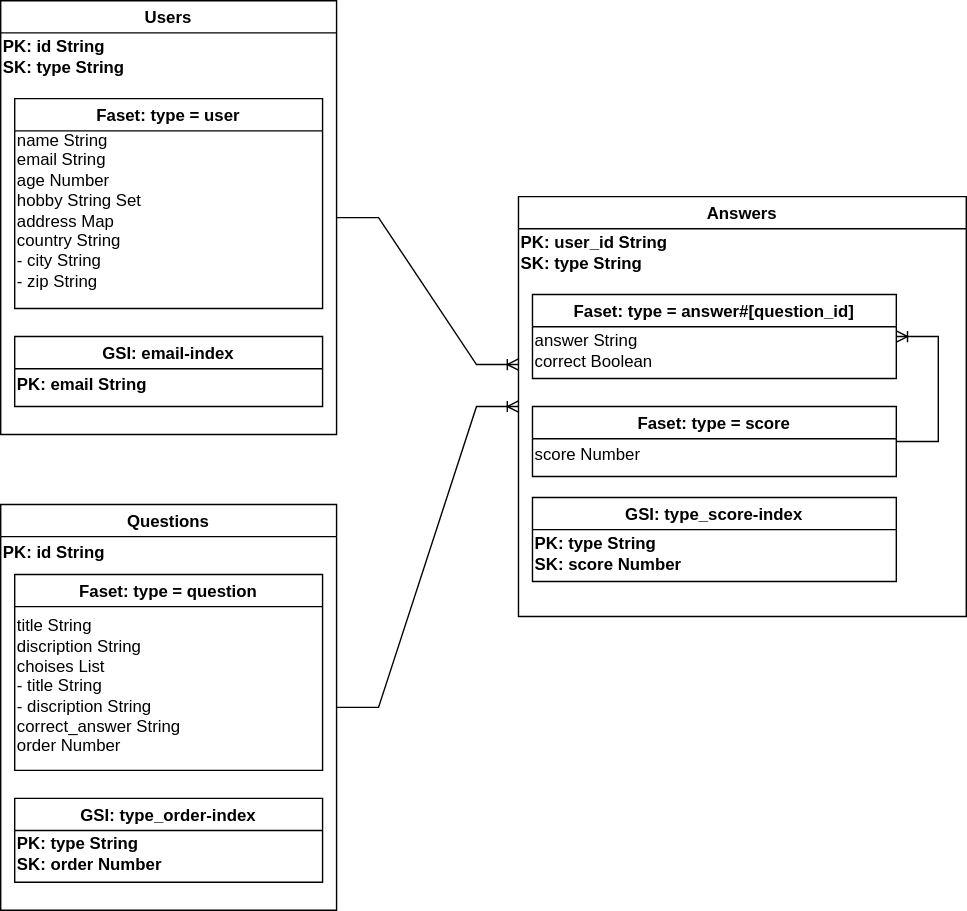
danishi/dynamodb-er-diagram keeps this draw.io diagram as er.drawio.svg. Above is the earlier version. Source tidied: cells renumbered, new cells last; positions are measured from the earlier drawing's top-left corner, leaving out a move shared by most shapes.
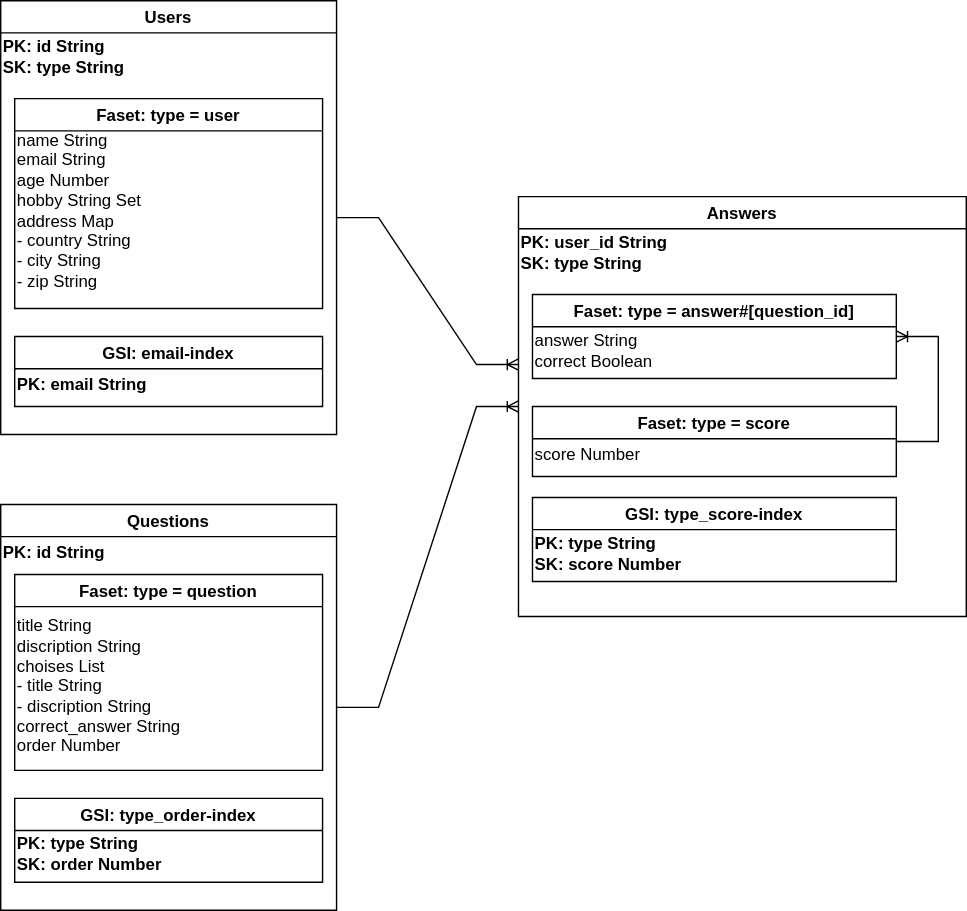
After the commit.

The edit, as a diff of the source:
```diff
@@ -11,7 +11,7 @@
     <mxCell id="4" value="Faset: type = user" style="swimlane;" parent="2" vertex="1">
       <mxGeometry x="10" y="70" width="220" height="150" as="geometry" />
     </mxCell>
-    <mxCell id="5" value="&lt;span&gt;name String&lt;br&gt;email String&lt;br&gt;age Number&lt;br&gt;hobby String Set&lt;br&gt;address Map&lt;br&gt;country String&lt;br&gt;&lt;/span&gt;-&amp;nbsp;&lt;span&gt;city String&lt;br&gt;&lt;/span&gt;-&amp;nbsp;&lt;span&gt;zip String&lt;br&gt;&lt;/span&gt;" style="text;html=1;align=left;verticalAlign=middle;strokeColor=none;fillColor=none;fontStyle=0;" parent="4" vertex="1">
+    <mxCell id="5" value="&lt;span&gt;name String&lt;br&gt;email String&lt;br&gt;age Number&lt;br&gt;hobby String Set&lt;br&gt;address Map&lt;br&gt;- country String&lt;br&gt;&lt;/span&gt;&lt;span&gt;- city String&lt;br&gt;&lt;/span&gt;-&amp;nbsp;&lt;span&gt;zip String&lt;br&gt;&lt;/span&gt;" style="text;html=1;align=left;verticalAlign=middle;strokeColor=none;fillColor=none;fontStyle=0;" parent="4" vertex="1">
       <mxGeometry y="20" width="100" height="120" as="geometry" />
     </mxCell>
     <mxCell id="6" value="GSI: email-index" style="swimlane;" parent="2" vertex="1">
```
